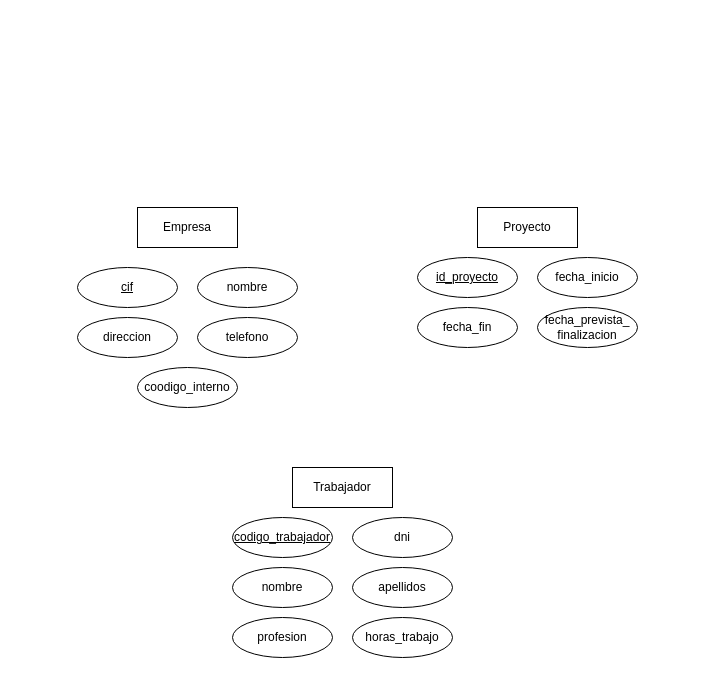
Above: ej12.drawio in adriii28/amr-tsys-C3U12-11102023 (draw.io), before the change. Source tidied: cells renumbered, new cells numbered last; positions are measured from the earlier drawing's top-left corner, leaving out a move shared by most shapes. Both pictures are drawn from the tidied source at 100%, with x=0, y=0 at pixel (77, 207).
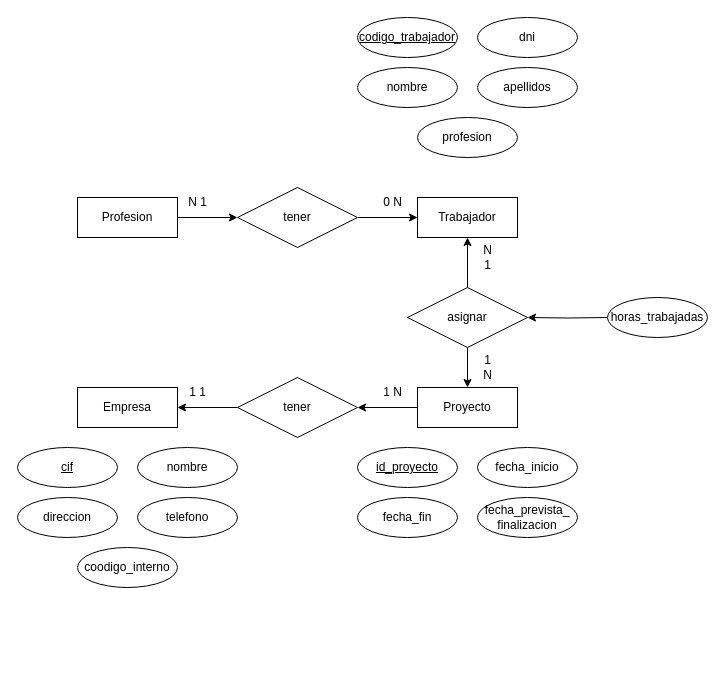
The same page after the edit.

Change to the diagram source:
```diff
@@
     <mxCell id="2" value="Empresa&lt;br&gt;" style="whiteSpace=wrap;html=1;align=center;" parent="1" vertex="1">
-      <mxGeometry x="60" width="100" height="40" as="geometry" />
+      <mxGeometry y="180" width="100" height="40" as="geometry" />
     </mxCell>
+    <mxCell id="20" style="edgeStyle=orthogonalEdgeStyle;rounded=0;jettySize=auto;html=1;entryX=1;entryY=0.5;entryDx=0;entryDy=0;" parent="1" edge="1" source="3" target="25">
+      <mxGeometry relative="1" as="geometry" />
+    </mxCell>
     <mxCell id="3" value="Proyecto" style="whiteSpace=wrap;html=1;align=center;" parent="1" vertex="1">
-      <mxGeometry x="400" width="100" height="40" as="geometry" />
+      <mxGeometry x="340" y="180" width="100" height="40" as="geometry" />
     </mxCell>
     <mxCell id="4" value="Trabajador" style="whiteSpace=wrap;html=1;align=center;" parent="1" vertex="1">
-      <mxGeometry x="215" y="260" width="100" height="40" as="geometry" />
+      <mxGeometry x="340" y="-10" width="100" height="40" as="geometry" />
     </mxCell>
     <mxCell id="5" value="cif" style="ellipse;whiteSpace=wrap;html=1;align=center;fontStyle=4;" parent="1" vertex="1">
-      <mxGeometry y="60" width="100" height="40" as="geometry" />
+      <mxGeometry x="-60" y="240" width="100" height="40" as="geometry" />
     </mxCell>
     <mxCell id="6" value="nombre" style="ellipse;whiteSpace=wrap;html=1;align=center;fontStyle=0;" parent="1" vertex="1">
-      <mxGeometry x="120" y="60" width="100" height="40" as="geometry" />
+      <mxGeometry x="60" y="240" width="100" height="40" as="geometry" />
     </mxCell>
     <mxCell id="7" value="direccion" style="ellipse;whiteSpace=wrap;html=1;align=center;fontStyle=0;" parent="1" vertex="1">
-      <mxGeometry y="110" width="100" height="40" as="geometry" />
+      <mxGeometry x="-60" y="290" width="100" height="40" as="geometry" />
     </mxCell>
     <mxCell id="8" value="telefono" style="ellipse;whiteSpace=wrap;html=1;align=center;fontStyle=0;" parent="1" vertex="1">
-      <mxGeometry x="120" y="110" width="100" height="40" as="geometry" />
+      <mxGeometry x="60" y="290" width="100" height="40" as="geometry" />
     </mxCell>
     <mxCell id="9" value="coodigo_interno" style="ellipse;whiteSpace=wrap;html=1;align=center;fontStyle=0;" parent="1" vertex="1">
-      <mxGeometry x="60" y="160" width="100" height="40" as="geometry" />
+      <mxGeometry y="340" width="100" height="40" as="geometry" />
     </mxCell>
     <mxCell id="10" value="id_proyecto" style="ellipse;whiteSpace=wrap;html=1;align=center;fontStyle=4;" parent="1" vertex="1">
-      <mxGeometry x="340" y="50" width="100" height="40" as="geometry" />
+      <mxGeometry x="280" y="240" width="100" height="40" as="geometry" />
     </mxCell>
     <mxCell id="11" value="fecha_inicio" style="ellipse;whiteSpace=wrap;html=1;align=center;fontStyle=0;" parent="1" vertex="1">
-      <mxGeometry x="460" y="50" width="100" height="40" as="geometry" />
+      <mxGeometry x="400" y="240" width="100" height="40" as="geometry" />
     </mxCell>
     <mxCell id="12" value="fecha_fin" style="ellipse;whiteSpace=wrap;html=1;align=center;fontStyle=0;" parent="1" vertex="1">
-      <mxGeometry x="340" y="100" width="100" height="40" as="geometry" />
+      <mxGeometry x="280" y="290" width="100" height="40" as="geometry" />
     </mxCell>
     <mxCell id="13" value="fecha_prevista_&lt;br&gt;finalizacion" style="ellipse;whiteSpace=wrap;html=1;align=center;fontStyle=0;" parent="1" vertex="1">
-      <mxGeometry x="460" y="100" width="100" height="40" as="geometry" />
+      <mxGeometry x="400" y="290" width="100" height="40" as="geometry" />
     </mxCell>
     <mxCell id="14" value="codigo_trabajador" style="ellipse;whiteSpace=wrap;html=1;align=center;fontStyle=4;" parent="1" vertex="1">
-      <mxGeometry x="155" y="310" width="100" height="40" as="geometry" />
+      <mxGeometry x="280" y="-190" width="100" height="40" as="geometry" />
     </mxCell>
     <mxCell id="15" value="dni" style="ellipse;whiteSpace=wrap;html=1;align=center;fontStyle=0;" parent="1" vertex="1">
-      <mxGeometry x="275" y="310" width="100" height="40" as="geometry" />
+      <mxGeometry x="400" y="-190" width="100" height="40" as="geometry" />
     </mxCell>
     <mxCell id="16" value="nombre" style="ellipse;whiteSpace=wrap;html=1;align=center;fontStyle=0;" parent="1" vertex="1">
-      <mxGeometry x="155" y="360" width="100" height="40" as="geometry" />
+      <mxGeometry x="280" y="-140" width="100" height="40" as="geometry" />
     </mxCell>
     <mxCell id="17" value="apellidos" style="ellipse;whiteSpace=wrap;html=1;align=center;fontStyle=0;" parent="1" vertex="1">
-      <mxGeometry x="275" y="360" width="100" height="40" as="geometry" />
+      <mxGeometry x="400" y="-140" width="100" height="40" as="geometry" />
     </mxCell>
     <mxCell id="18" value="profesion" style="ellipse;whiteSpace=wrap;html=1;align=center;fontStyle=0;" parent="1" vertex="1">
-      <mxGeometry x="155" y="410" width="100" height="40" as="geometry" />
+      <mxGeometry x="340" y="-90" width="100" height="40" as="geometry" />
     </mxCell>
-    <mxCell id="19" value="horas_trabajo" style="ellipse;whiteSpace=wrap;html=1;align=center;fontStyle=0;" parent="1" vertex="1">
-      <mxGeometry x="275" y="410" width="100" height="40" as="geometry" />
-    </mxCell>
+    <mxCell id="21" style="edgeStyle=orthogonalEdgeStyle;rounded=0;jettySize=auto;html=1;entryX=0;entryY=0.5;entryDx=0;entryDy=0;" parent="1" edge="1" source="22" target="30">
+      <mxGeometry relative="1" as="geometry" />
+    </mxCell>
+    <mxCell id="22" value="Profesion" style="whiteSpace=wrap;html=1;align=center;" parent="1" vertex="1">
+      <mxGeometry y="-10" width="100" height="40" as="geometry" />
+    </mxCell>
+    <mxCell id="23" style="edgeStyle=orthogonalEdgeStyle;rounded=0;jettySize=auto;html=1;entryX=1;entryY=0.5;entryDx=0;entryDy=0;" parent="1" edge="1" target="28">
+      <mxGeometry relative="1" as="geometry">
+        <mxPoint x="530" y="110" as="sourcePoint" />
+      </mxGeometry>
+    </mxCell>
+    <mxCell id="24" style="edgeStyle=orthogonalEdgeStyle;rounded=0;jettySize=auto;html=1;entryX=1;entryY=0.5;entryDx=0;entryDy=0;" parent="1" edge="1" source="25" target="2">
+      <mxGeometry relative="1" as="geometry" />
+    </mxCell>
+    <mxCell id="25" value="tener" style="shape=rhombus;perimeter=rhombusPerimeter;whiteSpace=wrap;html=1;align=center;" parent="1" vertex="1">
+      <mxGeometry x="160" y="170" width="120" height="60" as="geometry" />
+    </mxCell>
+    <mxCell id="26" style="edgeStyle=orthogonalEdgeStyle;rounded=0;jettySize=auto;html=1;entryX=0.5;entryY=1;entryDx=0;entryDy=0;" parent="1" edge="1" source="28" target="4">
+      <mxGeometry relative="1" as="geometry" />
+    </mxCell>
+    <mxCell id="27" style="edgeStyle=orthogonalEdgeStyle;rounded=0;jettySize=auto;html=1;entryX=0.5;entryY=0;entryDx=0;entryDy=0;" parent="1" edge="1" source="28" target="3">
+      <mxGeometry relative="1" as="geometry" />
+    </mxCell>
+    <mxCell id="28" value="asignar" style="shape=rhombus;perimeter=rhombusPerimeter;whiteSpace=wrap;html=1;align=center;" parent="1" vertex="1">
+      <mxGeometry x="330" y="80" width="120" height="60" as="geometry" />
+    </mxCell>
+    <mxCell id="29" style="edgeStyle=orthogonalEdgeStyle;rounded=0;jettySize=auto;html=1;" parent="1" edge="1" source="30" target="4">
+      <mxGeometry relative="1" as="geometry" />
+    </mxCell>
+    <mxCell id="30" value="tener" style="shape=rhombus;perimeter=rhombusPerimeter;whiteSpace=wrap;html=1;align=center;" parent="1" vertex="1">
+      <mxGeometry x="160" y="-20" width="120" height="60" as="geometry" />
+    </mxCell>
+    <mxCell id="31" value="1 N" style="text;html=1;align=center;verticalAlign=middle;strokeColor=none;fillColor=none;" parent="1" vertex="1">
+      <mxGeometry x="295" y="170" width="40" height="30" as="geometry" />
+    </mxCell>
+    <mxCell id="32" value="1 1" style="text;html=1;align=center;verticalAlign=middle;strokeColor=none;fillColor=none;" parent="1" vertex="1">
+      <mxGeometry x="100" y="170" width="40" height="30" as="geometry" />
+    </mxCell>
+    <mxCell id="33" value="horas_trabajadas" style="ellipse;whiteSpace=wrap;html=1;align=center;fontStyle=0;" parent="1" vertex="1">
+      <mxGeometry x="530" y="90" width="100" height="40" as="geometry" />
+    </mxCell>
+    <mxCell id="34" value="0 N" style="text;html=1;align=center;verticalAlign=middle;strokeColor=none;fillColor=none;" parent="1" vertex="1">
+      <mxGeometry x="295" y="-20" width="40" height="30" as="geometry" />
+    </mxCell>
+    <mxCell id="35" value="N 1" style="text;html=1;align=center;verticalAlign=middle;strokeColor=none;fillColor=none;" parent="1" vertex="1">
+      <mxGeometry x="100" y="-20" width="40" height="30" as="geometry" />
+    </mxCell>
+    <mxCell id="36" value="N&lt;br&gt;1" style="text;html=1;align=center;verticalAlign=middle;strokeColor=none;fillColor=none;" parent="1" vertex="1">
+      <mxGeometry x="395" y="30" width="30" height="40" as="geometry" />
+    </mxCell>
+    <mxCell id="37" value="1&lt;br&gt;N" style="text;html=1;align=center;verticalAlign=middle;strokeColor=none;fillColor=none;" parent="1" vertex="1">
+      <mxGeometry x="395" y="140" width="30" height="40" as="geometry" />
+    </mxCell>
```
